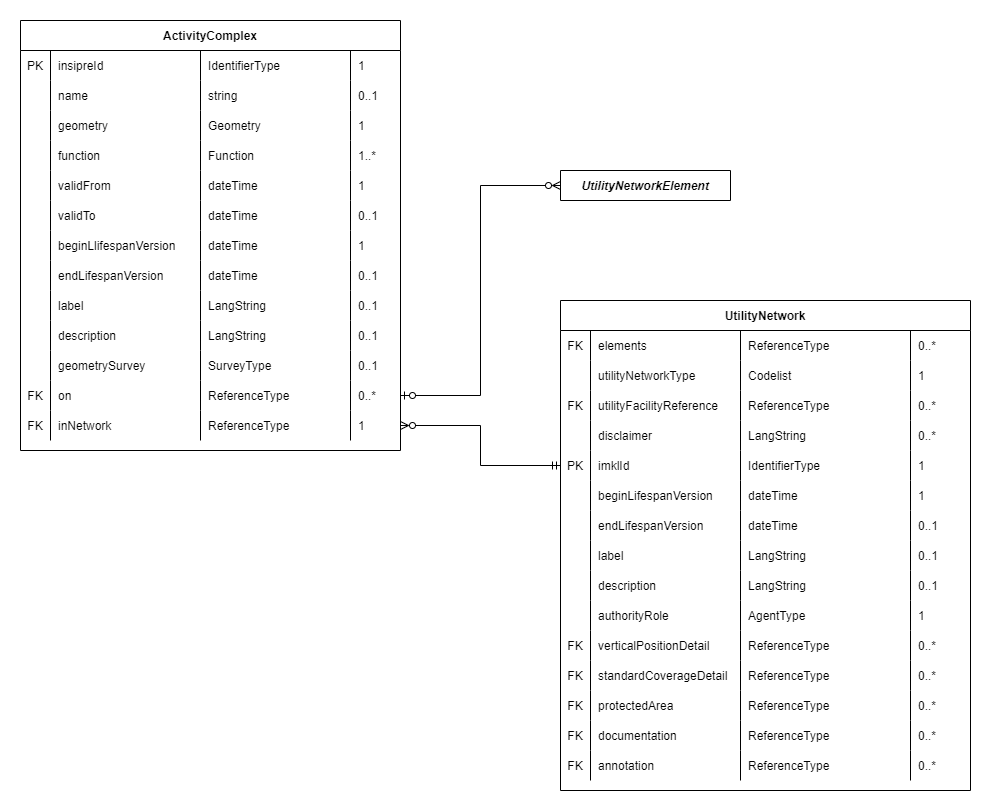
Earlier version of the draw.io export implementation/Documentation/ERD/IMKL3 ActivityComplex.png (belgif/ICEGthema-imkl). Source tidied: cells renumbered, new cells last; positions are measured from the earlier drawing's top-left corner, leaving out a move shared by most shapes.
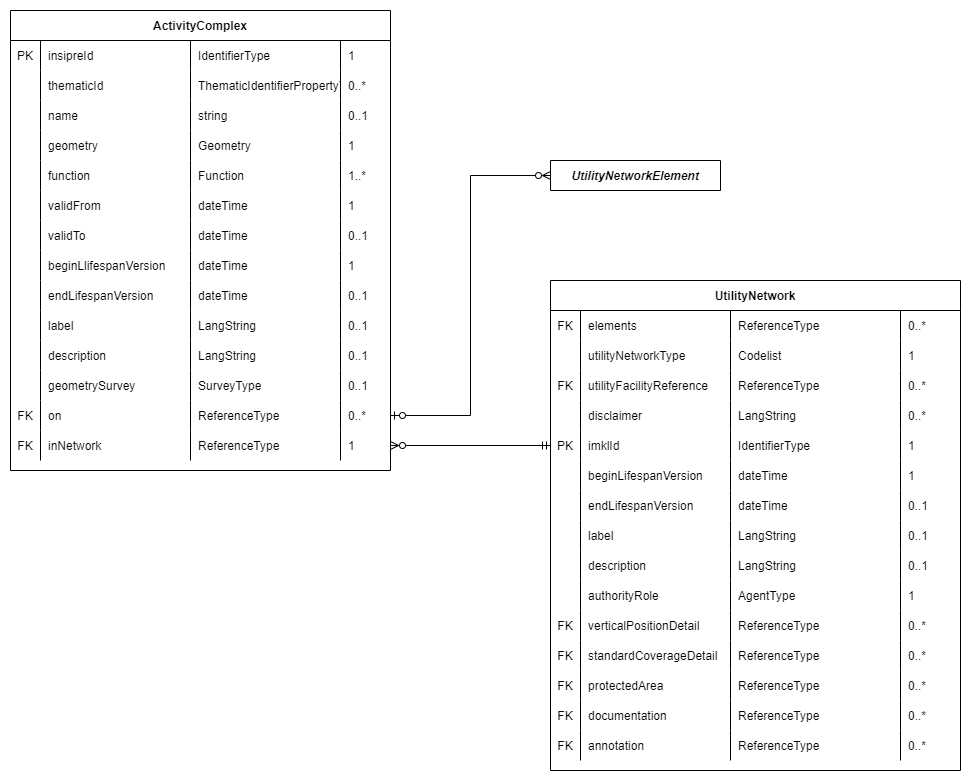
After the commit.

What changed in the source:
```diff
@@ -3,7 +3,7 @@
     <mxCell id="0" />
     <mxCell id="1" parent="0" />
     <mxCell id="2" value="UtilityNetwork" style="shape=table;startSize=30;rowLines=0;fontStyle=1;align=center;" parent="1" vertex="1">
-      <mxGeometry x="540" y="280" width="410" height="490" as="geometry" />
+      <mxGeometry x="540" y="270" width="410" height="490" as="geometry" />
     </mxCell>
     <mxCell id="3" style="shape=tableRow;horizontal=0;startSize=0;swimlaneHead=0;swimlaneBody=0;fillColor=none;top=0;left=0;right=0;bottom=0;" parent="2" vertex="1">
       <mxGeometry y="30" width="410" height="30" as="geometry" />
@@ -231,7 +231,7 @@
       <mxGeometry x="350" width="60" height="30" as="geometry" />
     </mxCell>
     <mxCell id="78" value="ActivityComplex" style="shape=table;startSize=30;rowLines=0;fontStyle=1;align=center;" parent="1" vertex="1">
-      <mxGeometry width="380" height="430" as="geometry" />
+      <mxGeometry width="380" height="460" as="geometry" />
     </mxCell>
     <mxCell id="79" style="shape=tableRow;horizontal=0;startSize=0;swimlaneHead=0;swimlaneBody=0;fillColor=none;top=0;left=0;right=0;bottom=0;" parent="78" vertex="1">
       <mxGeometry y="30" width="380" height="30" as="geometry" />
@@ -248,8 +248,23 @@
     <mxCell id="83" value="1" style="shape=partialRectangle;fillColor=none;top=0;left=0;bottom=0;right=0;align=left;spacingLeft=6;overflow=hidden;" parent="79" vertex="1">
       <mxGeometry x="330" width="50" height="30" as="geometry" />
     </mxCell>
+    <mxCell id="147" style="shape=tableRow;horizontal=0;startSize=0;swimlaneHead=0;swimlaneBody=0;fillColor=none;top=0;left=0;right=0;bottom=0;" parent="78" vertex="1">
+      <mxGeometry y="60" width="380" height="30" as="geometry" />
+    </mxCell>
+    <mxCell id="148" style="shape=partialRectangle;fillColor=none;top=0;left=0;bottom=0;right=0;overflow=hidden;" parent="147" vertex="1">
+      <mxGeometry width="30" height="30" as="geometry" />
+    </mxCell>
+    <mxCell id="149" value="thematicId" style="shape=partialRectangle;fillColor=none;top=0;left=0;bottom=0;right=0;align=left;spacingLeft=6;overflow=hidden;" parent="147" vertex="1">
+      <mxGeometry x="30" width="150" height="30" as="geometry" />
+    </mxCell>
+    <mxCell id="150" value="ThematicIdentifierPropertyType" style="shape=partialRectangle;fillColor=none;top=0;left=0;bottom=0;right=0;align=left;spacingLeft=6;overflow=hidden;" parent="147" vertex="1">
+      <mxGeometry x="180" width="150" height="30" as="geometry" />
+    </mxCell>
+    <mxCell id="151" value="0..*" style="shape=partialRectangle;fillColor=none;top=0;left=0;bottom=0;right=0;align=left;spacingLeft=6;overflow=hidden;" parent="147" vertex="1">
+      <mxGeometry x="330" width="50" height="30" as="geometry" />
+    </mxCell>
     <mxCell id="84" style="shape=tableRow;horizontal=0;startSize=0;swimlaneHead=0;swimlaneBody=0;fillColor=none;top=0;left=0;right=0;bottom=0;" parent="78" vertex="1">
-      <mxGeometry y="60" width="380" height="30" as="geometry" />
+      <mxGeometry y="90" width="380" height="30" as="geometry" />
     </mxCell>
     <mxCell id="85" style="shape=partialRectangle;fillColor=none;top=0;left=0;bottom=0;right=0;overflow=hidden;" parent="84" vertex="1">
       <mxGeometry width="30" height="30" as="geometry" />
@@ -264,7 +279,7 @@
       <mxGeometry x="330" width="50" height="30" as="geometry" />
     </mxCell>
     <mxCell id="89" style="shape=tableRow;horizontal=0;startSize=0;swimlaneHead=0;swimlaneBody=0;fillColor=none;top=0;left=0;right=0;bottom=0;" parent="78" vertex="1">
-      <mxGeometry y="90" width="380" height="30" as="geometry" />
+      <mxGeometry y="120" width="380" height="30" as="geometry" />
     </mxCell>
     <mxCell id="90" style="shape=partialRectangle;fillColor=none;top=0;left=0;bottom=0;right=0;overflow=hidden;" parent="89" vertex="1">
       <mxGeometry width="30" height="30" as="geometry" />
@@ -279,7 +294,7 @@
       <mxGeometry x="330" width="50" height="30" as="geometry" />
     </mxCell>
     <mxCell id="94" style="shape=tableRow;horizontal=0;startSize=0;swimlaneHead=0;swimlaneBody=0;fillColor=none;top=0;left=0;right=0;bottom=0;" parent="78" vertex="1">
-      <mxGeometry y="120" width="380" height="30" as="geometry" />
+      <mxGeometry y="150" width="380" height="30" as="geometry" />
     </mxCell>
     <mxCell id="95" style="shape=partialRectangle;fillColor=none;top=0;left=0;bottom=0;right=0;overflow=hidden;" parent="94" vertex="1">
       <mxGeometry width="30" height="30" as="geometry" />
@@ -294,7 +309,7 @@
       <mxGeometry x="330" width="50" height="30" as="geometry" />
     </mxCell>
     <mxCell id="99" style="shape=tableRow;horizontal=0;startSize=0;swimlaneHead=0;swimlaneBody=0;fillColor=none;top=0;left=0;right=0;bottom=0;" parent="78" vertex="1">
-      <mxGeometry y="150" width="380" height="30" as="geometry" />
+      <mxGeometry y="180" width="380" height="30" as="geometry" />
     </mxCell>
     <mxCell id="100" style="shape=partialRectangle;fillColor=none;top=0;left=0;bottom=0;right=0;overflow=hidden;" parent="99" vertex="1">
       <mxGeometry width="30" height="30" as="geometry" />
@@ -309,7 +324,7 @@
       <mxGeometry x="330" width="50" height="30" as="geometry" />
     </mxCell>
     <mxCell id="104" style="shape=tableRow;horizontal=0;startSize=0;swimlaneHead=0;swimlaneBody=0;fillColor=none;top=0;left=0;right=0;bottom=0;" parent="78" vertex="1">
-      <mxGeometry y="180" width="380" height="30" as="geometry" />
+      <mxGeometry y="210" width="380" height="30" as="geometry" />
     </mxCell>
     <mxCell id="105" style="shape=partialRectangle;fillColor=none;top=0;left=0;bottom=0;right=0;overflow=hidden;" parent="104" vertex="1">
       <mxGeometry width="30" height="30" as="geometry" />
@@ -324,7 +339,7 @@
       <mxGeometry x="330" width="50" height="30" as="geometry" />
     </mxCell>
     <mxCell id="109" style="shape=tableRow;horizontal=0;startSize=0;swimlaneHead=0;swimlaneBody=0;fillColor=none;top=0;left=0;right=0;bottom=0;" parent="78" vertex="1">
-      <mxGeometry y="210" width="380" height="30" as="geometry" />
+      <mxGeometry y="240" width="380" height="30" as="geometry" />
     </mxCell>
     <mxCell id="110" style="shape=partialRectangle;fillColor=none;top=0;left=0;bottom=0;right=0;overflow=hidden;" parent="109" vertex="1">
       <mxGeometry width="30" height="30" as="geometry" />
@@ -339,7 +354,7 @@
       <mxGeometry x="330" width="50" height="30" as="geometry" />
     </mxCell>
     <mxCell id="114" style="shape=tableRow;horizontal=0;startSize=0;swimlaneHead=0;swimlaneBody=0;fillColor=none;top=0;left=0;right=0;bottom=0;" parent="78" vertex="1">
-      <mxGeometry y="240" width="380" height="30" as="geometry" />
+      <mxGeometry y="270" width="380" height="30" as="geometry" />
     </mxCell>
     <mxCell id="115" style="shape=partialRectangle;fillColor=none;top=0;left=0;bottom=0;right=0;overflow=hidden;" parent="114" vertex="1">
       <mxGeometry width="30" height="30" as="geometry" />
@@ -354,7 +369,7 @@
       <mxGeometry x="330" width="50" height="30" as="geometry" />
     </mxCell>
     <mxCell id="119" style="shape=tableRow;horizontal=0;startSize=0;swimlaneHead=0;swimlaneBody=0;fillColor=none;top=0;left=0;right=0;bottom=0;" parent="78" vertex="1">
-      <mxGeometry y="270" width="380" height="30" as="geometry" />
+      <mxGeometry y="300" width="380" height="30" as="geometry" />
     </mxCell>
     <mxCell id="120" style="shape=partialRectangle;fillColor=none;top=0;left=0;bottom=0;right=0;overflow=hidden;" parent="119" vertex="1">
       <mxGeometry width="30" height="30" as="geometry" />
@@ -369,7 +384,7 @@
       <mxGeometry x="330" width="50" height="30" as="geometry" />
     </mxCell>
     <mxCell id="124" style="shape=tableRow;horizontal=0;startSize=0;swimlaneHead=0;swimlaneBody=0;fillColor=none;top=0;left=0;right=0;bottom=0;" parent="78" vertex="1">
-      <mxGeometry y="300" width="380" height="30" as="geometry" />
+      <mxGeometry y="330" width="380" height="30" as="geometry" />
     </mxCell>
     <mxCell id="125" style="shape=partialRectangle;fillColor=none;top=0;left=0;bottom=0;right=0;overflow=hidden;" parent="124" vertex="1">
       <mxGeometry width="30" height="30" as="geometry" />
@@ -384,7 +399,7 @@
       <mxGeometry x="330" width="50" height="30" as="geometry" />
     </mxCell>
     <mxCell id="129" style="shape=tableRow;horizontal=0;startSize=0;swimlaneHead=0;swimlaneBody=0;fillColor=none;top=0;left=0;right=0;bottom=0;" parent="78" vertex="1">
-      <mxGeometry y="330" width="380" height="30" as="geometry" />
+      <mxGeometry y="360" width="380" height="30" as="geometry" />
     </mxCell>
     <mxCell id="130" style="shape=partialRectangle;fillColor=none;top=0;left=0;bottom=0;right=0;overflow=hidden;" parent="129" vertex="1">
       <mxGeometry width="30" height="30" as="geometry" />
@@ -399,7 +414,7 @@
       <mxGeometry x="330" width="50" height="30" as="geometry" />
     </mxCell>
     <mxCell id="134" style="shape=tableRow;horizontal=0;startSize=0;swimlaneHead=0;swimlaneBody=0;fillColor=none;points=[[0,0.5],[1,0.5]];portConstraint=eastwest;top=0;left=0;right=0;bottom=0;" parent="78" vertex="1">
-      <mxGeometry y="360" width="380" height="30" as="geometry" />
+      <mxGeometry y="390" width="380" height="30" as="geometry" />
     </mxCell>
     <mxCell id="135" value="FK" style="shape=partialRectangle;fillColor=none;top=0;left=0;bottom=0;right=0;overflow=hidden;" parent="134" vertex="1">
       <mxGeometry width="30" height="30" as="geometry" />
@@ -414,7 +429,7 @@
       <mxGeometry x="330" width="50" height="30" as="geometry" />
     </mxCell>
     <mxCell id="139" style="shape=tableRow;horizontal=0;startSize=0;swimlaneHead=0;swimlaneBody=0;fillColor=none;points=[[0,0.5],[1,0.5]];portConstraint=eastwest;top=0;left=0;right=0;bottom=0;" parent="78" vertex="1">
-      <mxGeometry y="390" width="380" height="30" as="geometry" />
+      <mxGeometry y="420" width="380" height="30" as="geometry" />
     </mxCell>
     <mxCell id="140" value="FK" style="shape=partialRectangle;fillColor=none;top=0;left=0;bottom=0;right=0;overflow=hidden;" parent="139" vertex="1">
       <mxGeometry width="30" height="30" as="geometry" />
```
